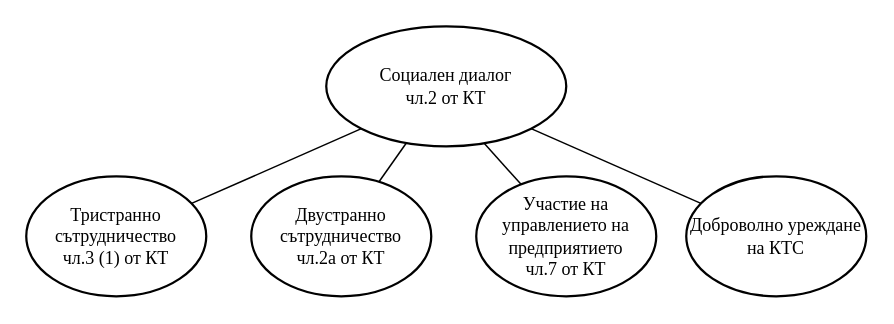
Earlier version of the draw.io diagram page "Фигура 1" (1 of 3) of Untitled Diagram.drawio (entirebg/webserver). Source tidied: cells renumbered, new cells numbered last; positions are measured from the earlier drawing's top-left corner, leaving out a move shared by most shapes. Both pictures are drawn from the tidied source at 150%, with x=0, y=0 at pixel (26, 26).
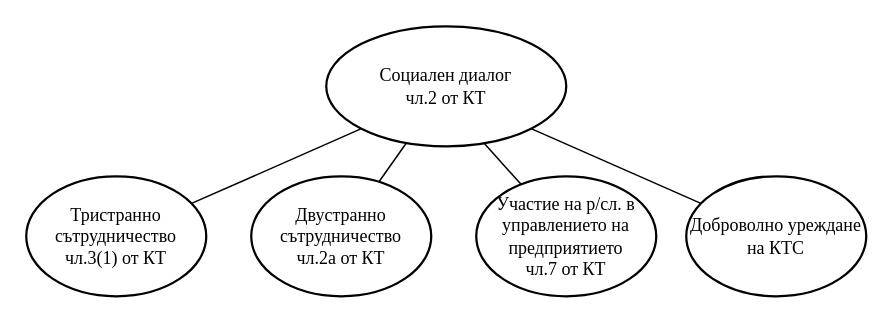
Above is the later version.

What changed in the source:
```diff
@@
 <mxGraphModel>
   <root>
     <mxCell id="0" />
     <mxCell id="1" parent="0" />
-    <mxCell id="2" value="&lt;div&gt;&lt;font face=&quot;Times New Roman&quot;&gt;Тристранно сътрудничество &lt;br&gt;&lt;/font&gt;&lt;/div&gt;&lt;div&gt;&lt;font face=&quot;Times New Roman&quot;&gt;чл.3 (1) от КТ&lt;br&gt;&lt;/font&gt;&lt;/div&gt;" style="ellipse;whiteSpace=wrap;html=1;strokeWidth=1.5;" parent="1" vertex="1">
+    <mxCell id="2" value="&lt;div&gt;&lt;font face=&quot;Times New Roman&quot;&gt;Тристранно сътрудничество &lt;br&gt;&lt;/font&gt;&lt;/div&gt;&lt;div&gt;&lt;font face=&quot;Times New Roman&quot;&gt;чл.3(1) от КТ&lt;br&gt;&lt;/font&gt;&lt;/div&gt;" style="ellipse;whiteSpace=wrap;html=1;strokeWidth=1.5;" parent="1" vertex="1">
       <mxGeometry y="100" width="120" height="80" as="geometry" />
     </mxCell>
     <mxCell id="3" value="&lt;div&gt;&lt;font face=&quot;Times New Roman&quot;&gt;Двустранно сътрудничество &lt;br&gt;&lt;/font&gt;&lt;/div&gt;&lt;div&gt;&lt;font face=&quot;Times New Roman&quot;&gt;чл.2а от КТ&lt;br&gt;&lt;/font&gt;&lt;/div&gt;" style="ellipse;whiteSpace=wrap;html=1;strokeWidth=1.5;" parent="1" vertex="1">
       <mxGeometry x="150" y="100" width="120" height="80" as="geometry" />
     </mxCell>
     <mxCell id="4" style="rounded=0;jettySize=auto;html=1;entryX=0.658;entryY=0.975;entryDx=0;entryDy=0;entryPerimeter=0;fontFamily=Times New Roman;endArrow=none;endFill=0;" parent="1" edge="1" source="5" target="12">
       <mxGeometry relative="1" as="geometry" />
     </mxCell>
-    <mxCell id="5" value="&lt;div&gt;&lt;font face=&quot;Times New Roman&quot;&gt;Участие на управлението на предприятието&lt;/font&gt;&lt;/div&gt;&lt;div&gt;&lt;font face=&quot;Times New Roman&quot;&gt;чл.7 от КТ&lt;br&gt;&lt;/font&gt;&lt;/div&gt;" style="ellipse;whiteSpace=wrap;html=1;strokeWidth=1.5;" parent="1" vertex="1">
+    <mxCell id="5" value="&lt;div&gt;&lt;font face=&quot;Times New Roman&quot;&gt;Участие на р/сл. в управлението на предприятието&lt;/font&gt;&lt;/div&gt;&lt;div&gt;&lt;font face=&quot;Times New Roman&quot;&gt;чл.7 от КТ&lt;br&gt;&lt;/font&gt;&lt;/div&gt;" style="ellipse;whiteSpace=wrap;html=1;strokeWidth=1.5;" parent="1" vertex="1">
       <mxGeometry x="300" y="100" width="120" height="80" as="geometry" />
     </mxCell>
     <mxCell id="6" value="&lt;font face=&quot;Times New Roman&quot;&gt;Доброволно уреждане на КТС&lt;/font&gt;" style="ellipse;whiteSpace=wrap;html=1;strokeWidth=1.5;" parent="1" vertex="1">
       <mxGeometry x="440" y="100" width="120" height="80" as="geometry" />
     </mxCell>
     <mxCell id="7" style="rounded=0;jettySize=auto;html=1;exitX=0;exitY=1;exitDx=0;exitDy=0;fontFamily=Times New Roman;endArrow=none;endFill=0;" parent="1" edge="1" source="12" target="2">
       <mxGeometry relative="1" as="geometry" />
     </mxCell>
     <mxCell id="8" style="rounded=0;jettySize=auto;html=1;fontFamily=Times New Roman;exitX=0.333;exitY=0.975;exitDx=0;exitDy=0;startArrow=none;startFill=0;exitPerimeter=0;endArrow=none;endFill=0;" parent="1" edge="1" source="12" target="3">
       <mxGeometry relative="1" as="geometry" />
     </mxCell>
     <mxCell id="9" style="edgeStyle=none;rounded=0;jettySize=auto;html=1;exitX=1;exitY=1;exitDx=0;exitDy=0;fontFamily=Times New Roman;startArrow=none;startFill=0;endArrow=none;endFill=0;" parent="1" edge="1" source="12" target="6">
       <mxGeometry relative="1" as="geometry" />
     </mxCell>
     <mxCell id="10" style="edgeStyle=none;rounded=0;jettySize=auto;html=1;exitX=0;exitY=0.5;exitDx=0;exitDy=0;fontFamily=Times New Roman;startArrow=none;startFill=0;endArrow=none;endFill=0;" parent="1" edge="1" source="12">
       <mxGeometry relative="1" as="geometry">
         <mxPoint x="250" y="40" as="targetPoint" />
       </mxGeometry>
     </mxCell>
     <mxCell id="11" style="edgeStyle=none;rounded=0;jettySize=auto;html=1;fontFamily=Times New Roman;startArrow=none;startFill=0;endArrow=none;endFill=0;" parent="1" edge="1" source="12">
       <mxGeometry relative="1" as="geometry">
         <mxPoint x="240" y="40" as="targetPoint" />
       </mxGeometry>
     </mxCell>
     <mxCell id="12" value="&lt;div&gt;&lt;font face=&quot;Times New Roman&quot;&gt;Социален диалог&lt;/font&gt;&lt;/div&gt;&lt;div&gt;&lt;font face=&quot;Times New Roman&quot;&gt;чл.2 от КТ&lt;br&gt;&lt;/font&gt; &lt;/div&gt;" style="ellipse;whiteSpace=wrap;html=1;strokeWidth=1.5;fontFamily=Times New Roman;" parent="1" vertex="1">
       <mxGeometry x="200" width="160" height="80" as="geometry" />
     </mxCell>
   </root>
 </mxGraphModel>
```
